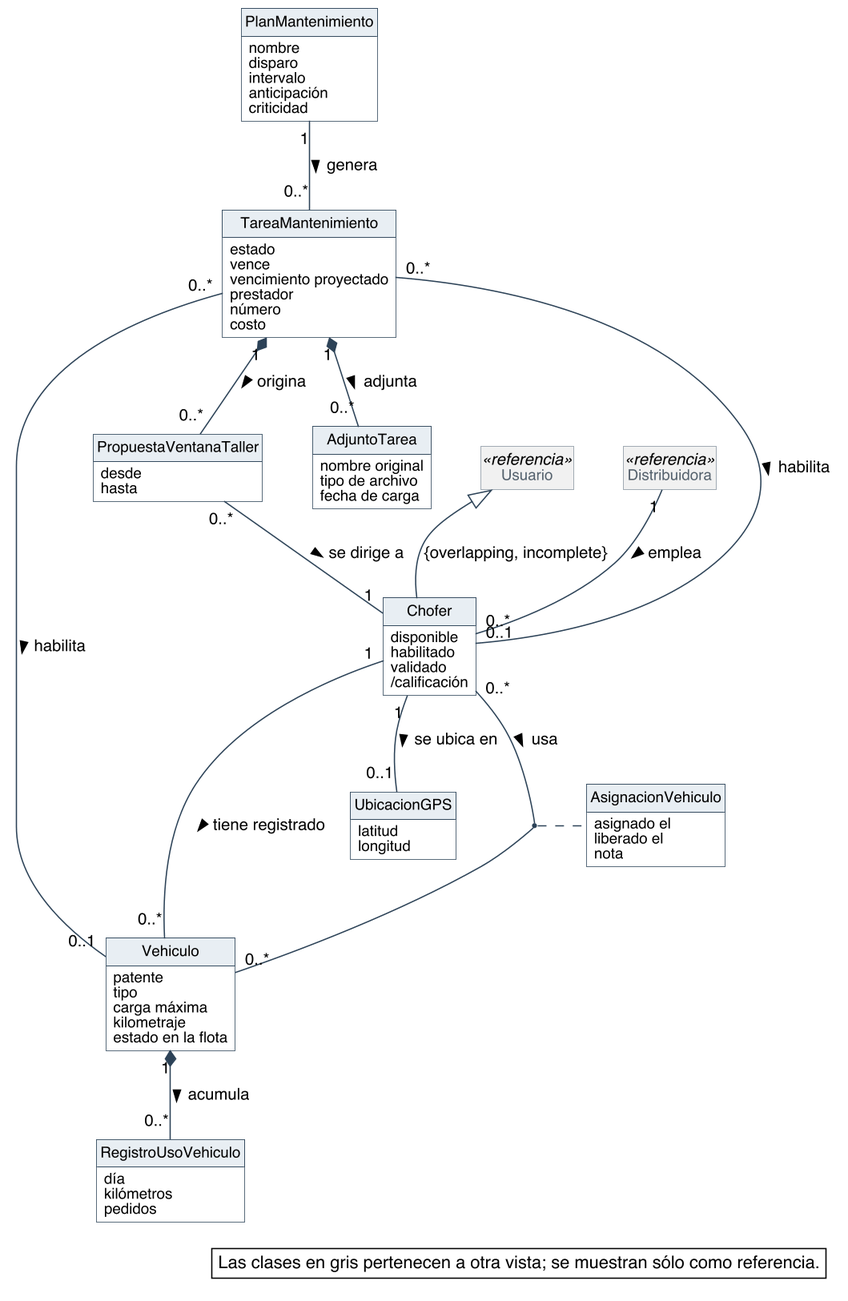
Earlier version of the PlantUML export diagramas/modelo-conceptual/MC_Flota.png (Nahuelito-Dev/splg-docs). The source it was exported from:
```plantuml
@startuml
skinparam backgroundColor #FFFFFF
skinparam shadowing false
skinparam defaultFontName Helvetica
skinparam defaultFontSize 13
skinparam dpi 150
skinparam nodesep 40
skinparam ranksep 55
skinparam classAttributeIconSize 0
skinparam roundCorner 0
skinparam class {
  BorderColor #2C4257
  BackgroundColor #FFFFFF
  ArrowColor #2C4257
  FontSize 14
  AttributeFontSize 12
  HeaderBackgroundColor #E8EEF3
}
skinparam class<<referencia>> {
  BackgroundColor #F1F1F1
  BorderColor #8A97A3
  FontColor #55616C
}
skinparam note {
  BackgroundColor #FFFFFF
  BorderColor #2C4257
}
skinparam packageStyle rectangle
skinparam package {
  BorderColor #8A97A3
  FontSize 13
  FontColor #55616C
}
hide circle
hide methods
hide empty members

class Chofer {
  disponible
  habilitado
  validado
  /calificación
}
class Vehiculo {
  patente
  tipo
  carga máxima
  kilometraje
  estado en la flota
}
class AsignacionVehiculo {
  asignado el
  liberado el
  nota
}
class PlanMantenimiento {
  nombre
  disparo
  intervalo
  anticipación
  criticidad
}
class TareaMantenimiento {
  estado
  vence
  vencimiento proyectado
  prestador
  número
  costo
}
class AdjuntoTarea {
  nombre original
  tipo de archivo
  fecha de carga
}
class PropuestaVentanaTaller {
  desde
  hasta
}
class UbicacionGPS {
  latitud
  longitud
}
class RegistroUsoVehiculo {
  día
  kilómetros
  pedidos
}
class Usuario <<referencia>>
class Distribuidora <<referencia>>

Usuario <|-- Chofer : {overlapping, incomplete}

Distribuidora "1" -- "0..*" Chofer : emplea >
Chofer "1" -- "0..*" Vehiculo : tiene registrado >
Chofer "0..*" -- "0..*" Vehiculo : usa >
Chofer "1" -- "0..1" UbicacionGPS : se ubica en >
PlanMantenimiento "1" -- "0..*" TareaMantenimiento : genera >
TareaMantenimiento "0..*" -- "0..1" Vehiculo : habilita >
TareaMantenimiento "0..*" -- "0..1" Chofer : habilita >
TareaMantenimiento "1" *-- "0..*" PropuestaVentanaTaller : origina >
TareaMantenimiento "1" *-- "0..*" AdjuntoTarea : adjunta >
PropuestaVentanaTaller "0..*" -- "1" Chofer : se dirige a >
Vehiculo "1" *-- "0..*" RegistroUsoVehiculo : acumula >
(Chofer, Vehiculo) .. AsignacionVehiculo

legend bottom right
  Las clases en gris pertenecen a otra vista; se muestran sólo como referencia.
endlegend
@enduml
```
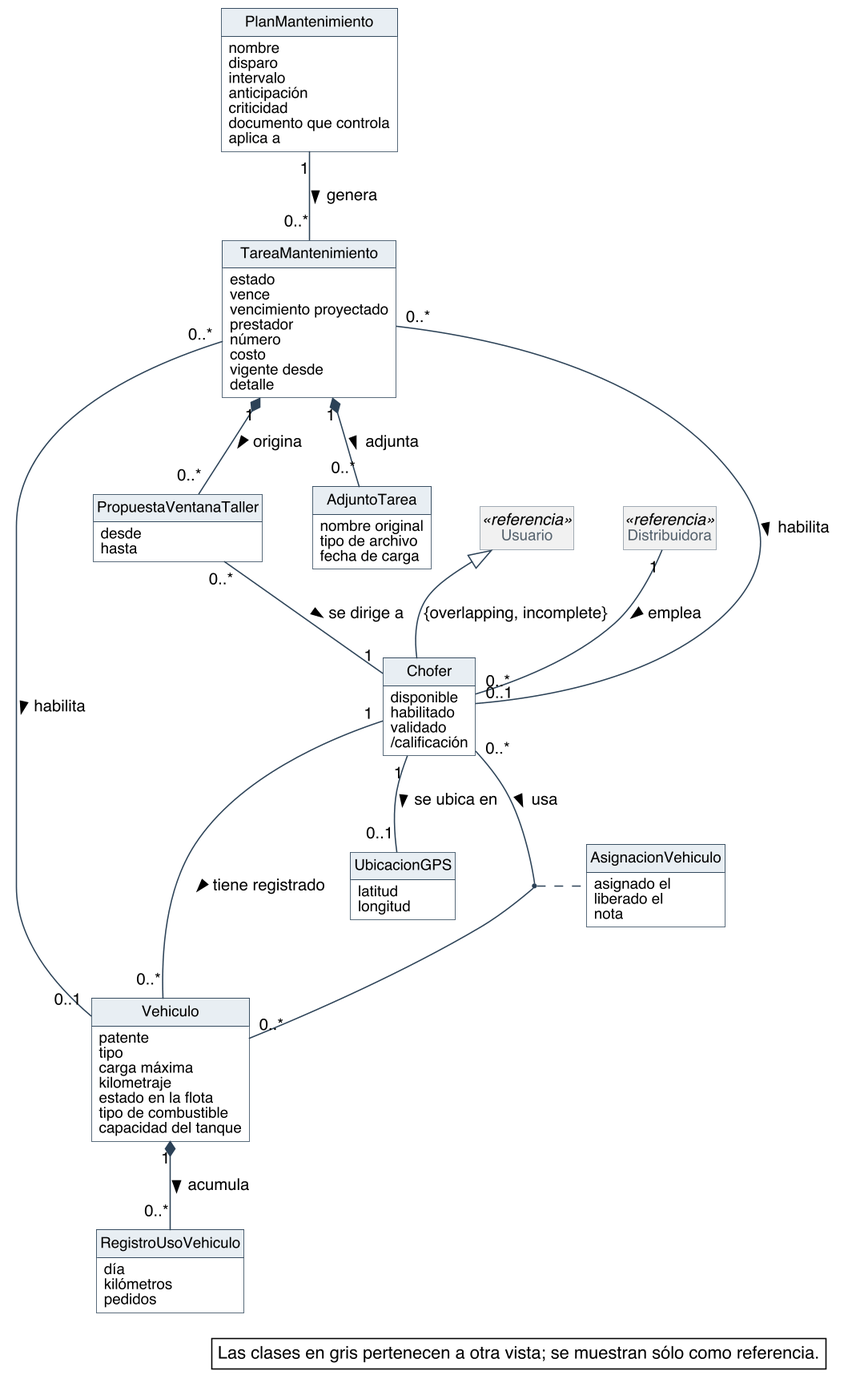
After the change.

What changed in the source:
```diff
@@ -47,6 +47,8 @@
   carga máxima
   kilometraje
   estado en la flota
+  tipo de combustible
+  capacidad del tanque
 }
 class AsignacionVehiculo {
   asignado el
@@ -59,6 +61,8 @@
   intervalo
   anticipación
   criticidad
+  documento que controla
+  aplica a
 }
 class TareaMantenimiento {
   estado
@@ -67,6 +71,8 @@
   prestador
   número
   costo
+  vigente desde
+  detalle
 }
 class AdjuntoTarea {
   nombre original
```
